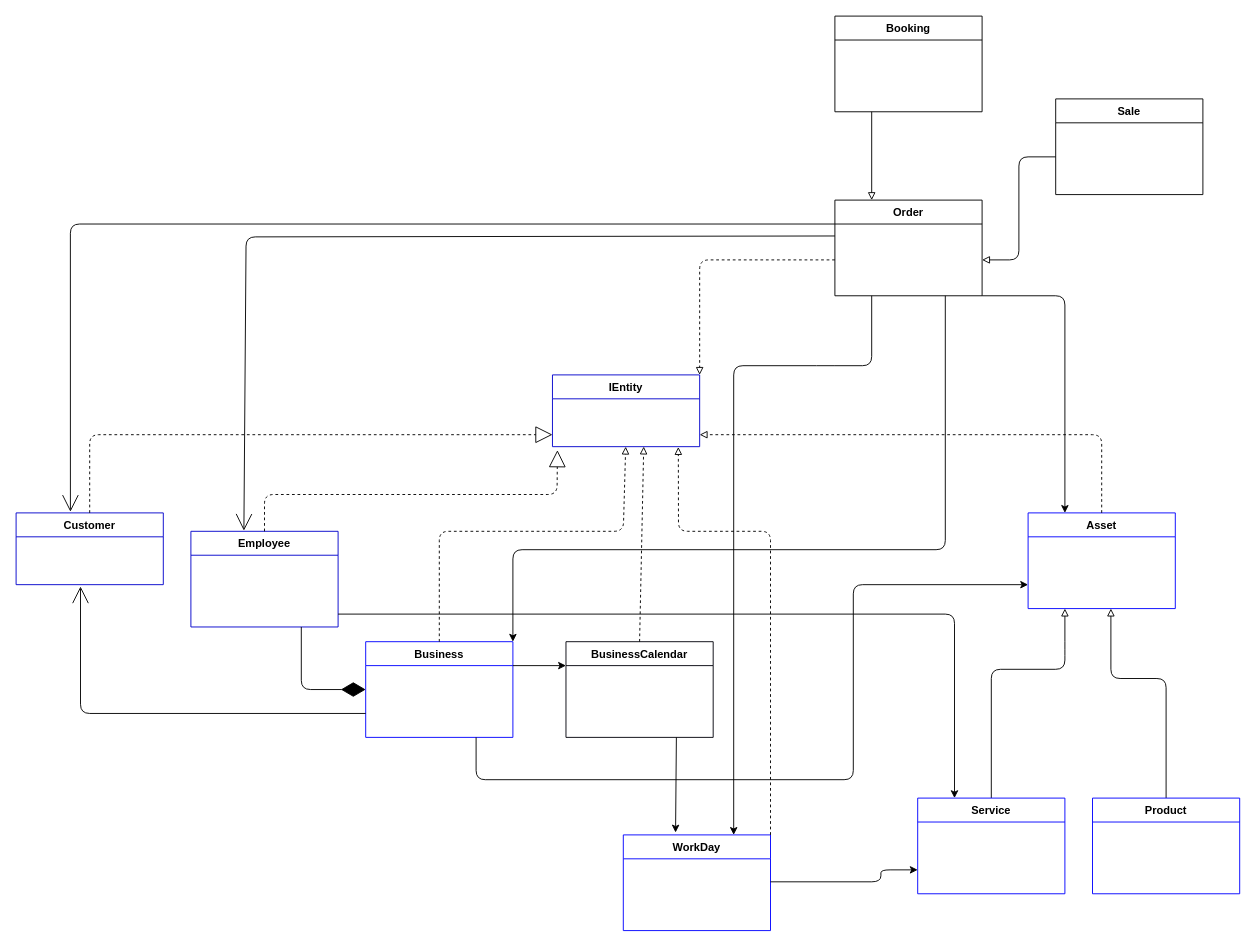
The draw.io diagram docs/Domain Relationship Diagram.drawio in devcicerojr/booksa, before the edit. Source tidied: cells renumbered, new cells numbered last; positions are measured from the earlier drawing's top-left corner, leaving out a move shared by most shapes. Both pictures are drawn from the tidied source at 92%, with x=0, y=0 at pixel (16, 16).
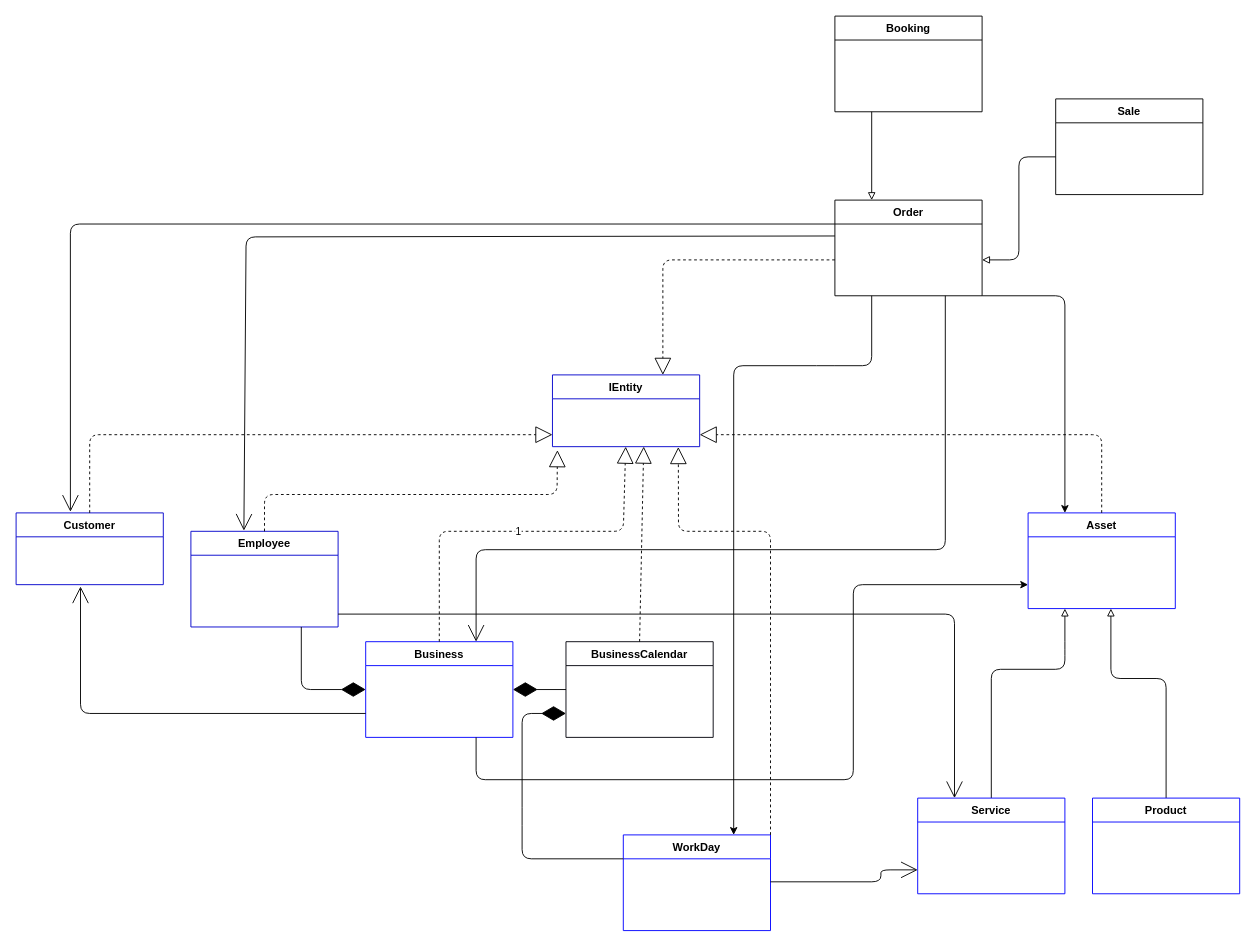
The same diagram, later.

The change refers to these unchanged cells:
```xml
<mxCell id="3" value="Asset" style="swimlane;fontStyle=1;horizontal=1;startSize=26;rounded=0;shadow=0;strokeWidth=1;strokeColor=#0000FF;" parent="1" vertex="1">
  <mxGeometry x="1100" y="540" width="160" height="104" as="geometry" />
</mxCell>
<mxCell id="6" value="IEntity" style="swimlane;fontStyle=1;horizontal=1;startSize=26;rounded=0;shadow=0;strokeWidth=1;strokeColor=#0000CC;" parent="1" vertex="1">
  <mxGeometry x="583" y="390" width="160" height="78" as="geometry" />
</mxCell>
<mxCell id="11" value="Business" style="swimlane;fontStyle=1;horizontal=1;startSize=26;rounded=0;shadow=0;strokeWidth=1;strokeColor=#0000ff;" parent="1" vertex="1">
  <mxGeometry x="380" y="680" width="160" height="104" as="geometry" />
</mxCell>
<mxCell id="12" value="BusinessCalendar" style="swimlane;fontStyle=1;horizontal=1;startSize=26;rounded=0;shadow=0;strokeWidth=1;strokeColor=#00000A;" parent="1" vertex="1">
  <mxGeometry x="597.7" y="680" width="160" height="104" as="geometry" />
</mxCell>
<mxCell id="16" value="Order" style="swimlane;fontStyle=1;horizontal=1;startSize=26;rounded=0;shadow=0;strokeWidth=1;" parent="1" vertex="1">
  <mxGeometry x="890" y="200" width="160" height="104" as="geometry" />
</mxCell>
<mxCell id="24" value="WorkDay" style="swimlane;fontStyle=1;horizontal=1;startSize=26;rounded=0;shadow=0;strokeWidth=1;strokeColor=#0000FF;" parent="1" vertex="1">
  <mxGeometry x="660" y="890" width="160" height="104" as="geometry" />
</mxCell>
<mxCell id="34" value="Service" style="swimlane;fontStyle=1;horizontal=1;startSize=26;rounded=0;shadow=0;strokeWidth=1;strokeColor=#0000FF;" parent="1" vertex="1">
  <mxGeometry x="980" y="850" width="160" height="104" as="geometry" />
</mxCell>
```

The edit, as a diff of the source:
```diff
@@
-    <mxCell id="10" style="endArrow=block;html=1;dashed=1;endFill=0;exitX=0.5;exitY=0;exitDx=0;exitDy=0;entryX=1;entryY=0.5;entryDx=0;entryDy=0;" parent="1" edge="1" source="3">
+    <mxCell id="10" style="endArrow=block;html=1;dashed=1;endFill=0;exitX=0.5;exitY=0;exitDx=0;exitDy=0;entryX=1;entryY=0.5;entryDx=0;entryDy=0;endSize=16;" parent="1" edge="1" source="3">
       <mxGeometry relative="1" as="geometry">
         <mxPoint x="743" y="455" as="targetPoint" />
         <Array as="points">
           <mxPoint x="1180" y="455" />
         </Array>
       </mxGeometry>
     </mxCell>
@@
-    <mxCell id="13" style="endArrow=block;html=1;dashed=1;endFill=0;exitX=0.5;exitY=0;exitDx=0;exitDy=0;" parent="1" edge="1" source="11">
+    <mxCell id="13" value="1" style="endArrow=block;html=1;dashed=1;endFill=0;exitX=0.5;exitY=0;exitDx=0;exitDy=0;endSize=16;" parent="1" edge="1" source="11">
       <mxGeometry relative="1" as="geometry">
         <mxPoint x="662.6" y="468" as="targetPoint" />
         <Array as="points">
           <mxPoint x="460" y="560" />
           <mxPoint x="660" y="560" />
         </Array>
       </mxGeometry>
     </mxCell>
-    <mxCell id="14" style="endArrow=block;html=1;dashed=1;endFill=0;exitX=0.5;exitY=0;exitDx=0;exitDy=0;entryX=0.62;entryY=0.995;entryDx=0;entryDy=0;entryPerimeter=0;" parent="1" edge="1" source="12">
+    <mxCell id="14" style="endArrow=block;html=1;dashed=1;endFill=0;exitX=0.5;exitY=0;exitDx=0;exitDy=0;entryX=0.62;entryY=0.995;entryDx=0;entryDy=0;entryPerimeter=0;endSize=16;" parent="1" edge="1" source="12">
       <mxGeometry relative="1" as="geometry">
         <mxPoint x="682.2" y="467.9" as="targetPoint" />
       </mxGeometry>
     </mxCell>
-    <mxCell id="15" style="endArrow=classic;html=1;exitX=1;exitY=0.25;exitDx=0;exitDy=0;entryX=0;entryY=0.25;entryDx=0;entryDy=0;" parent="1" edge="1" source="11" target="12">
-      <mxGeometry relative="1" as="geometry" />
-    </mxCell>
@@
-    <mxCell id="17" style="endArrow=block;html=1;dashed=1;endFill=0;exitX=0;exitY=0.5;exitDx=0;exitDy=0;entryX=1;entryY=0;entryDx=0;entryDy=0;" parent="1" edge="1" target="6">
+    <mxCell id="17" style="endArrow=block;html=1;dashed=1;endFill=0;exitX=0;exitY=0.5;exitDx=0;exitDy=0;entryX=0.75;entryY=0;entryDx=0;entryDy=0;endSize=16;" parent="1" edge="1" target="6">
       <mxGeometry relative="1" as="geometry">
         <mxPoint x="890" y="265" as="sourcePoint" />
         <Array as="points">
-          <mxPoint x="743" y="265" />
+          <mxPoint x="703" y="265" />
         </Array>
       </mxGeometry>
     </mxCell>
@@
-    <mxCell id="26" style="endArrow=classic;html=1;entryX=1;entryY=0;entryDx=0;entryDy=0;exitX=0.75;exitY=1;exitDx=0;exitDy=0;" parent="1" edge="1" source="16" target="11">
+    <mxCell id="26" style="endArrow=open;html=1;entryX=0.75;entryY=0;entryDx=0;entryDy=0;exitX=0.75;exitY=1;exitDx=0;exitDy=0;endFill=0;endSize=16;" parent="1" edge="1" source="16" target="11">
       <mxGeometry relative="1" as="geometry">
         <Array as="points">
           <mxPoint x="1010" y="580" />
-          <mxPoint x="540" y="580" />
+          <mxPoint x="500" y="580" />
         </Array>
       </mxGeometry>
     </mxCell>
-    <mxCell id="27" style="endArrow=block;html=1;exitX=1;exitY=0;exitDx=0;exitDy=0;entryX=0.855;entryY=1.016;entryDx=0;entryDy=0;entryPerimeter=0;dashed=1;endFill=0;" parent="1" edge="1" source="24">
+    <mxCell id="27" style="endArrow=block;html=1;exitX=1;exitY=0;exitDx=0;exitDy=0;entryX=0.855;entryY=1.016;entryDx=0;entryDy=0;entryPerimeter=0;dashed=1;endFill=0;endSize=16;" parent="1" edge="1" source="24">
       <mxGeometry relative="1" as="geometry">
         <mxPoint x="719.8" y="468.4" as="targetPoint" />
         <Array as="points">
           <mxPoint x="820" y="560" />
           <mxPoint x="720" y="560" />
         </Array>
       </mxGeometry>
     </mxCell>
@@
-    <mxCell id="30" style="endArrow=classic;html=1;exitX=0.75;exitY=1;exitDx=0;exitDy=0;entryX=0.355;entryY=-0.025;entryDx=0;entryDy=0;entryPerimeter=0;" parent="1" edge="1" source="12" target="24">
-      <mxGeometry relative="1" as="geometry" />
-    </mxCell>
-    <mxCell id="31" style="endArrow=classic;html=1;entryX=0;entryY=0.75;entryDx=0;entryDy=0;" parent="1" edge="1" target="34">
+    <mxCell id="31" style="endArrow=open;html=1;entryX=0;entryY=0.75;entryDx=0;entryDy=0;endFill=0;endSize=16;" parent="1" edge="1" target="34">
       <mxGeometry relative="1" as="geometry">
         <mxPoint x="820" y="941" as="sourcePoint" />
         <Array as="points">
           <mxPoint x="940" y="941" />
           <mxPoint x="940" y="928" />
         </Array>
       </mxGeometry>
     </mxCell>
@@
-    <mxCell id="33" style="endArrow=classic;html=1;entryX=0.25;entryY=0;entryDx=0;entryDy=0;" parent="1" edge="1" target="34">
+    <mxCell id="33" style="endArrow=open;html=1;entryX=0.25;entryY=0;entryDx=0;entryDy=0;endFill=0;endSize=16;" parent="1" edge="1" target="34">
       <mxGeometry relative="1" as="geometry">
         <mxPoint x="350" y="650" as="sourcePoint" />
         <Array as="points">
           <mxPoint x="350" y="650" />
           <mxPoint x="1020" y="650" />
         </Array>
       </mxGeometry>
     </mxCell>
@@
+    <mxCell id="37" style="endArrow=diamondThin;endFill=1;endSize=24;html=1;entryX=1;entryY=0.5;entryDx=0;entryDy=0;exitX=0;exitY=0.5;exitDx=0;exitDy=0;" parent="1" edge="1" source="12" target="11">
+      <mxGeometry relative="1" as="geometry" />
+    </mxCell>
+    <mxCell id="38" style="endArrow=diamondThin;endFill=1;endSize=24;html=1;entryX=0;entryY=0.75;entryDx=0;entryDy=0;exitX=0;exitY=0.25;exitDx=0;exitDy=0;" parent="1" edge="1" source="24" target="12">
+      <mxGeometry relative="1" as="geometry">
+        <Array as="points">
+          <mxPoint x="550" y="916" />
+          <mxPoint x="550" y="870" />
+          <mxPoint x="550" y="758" />
+        </Array>
+      </mxGeometry>
+    </mxCell>
```
